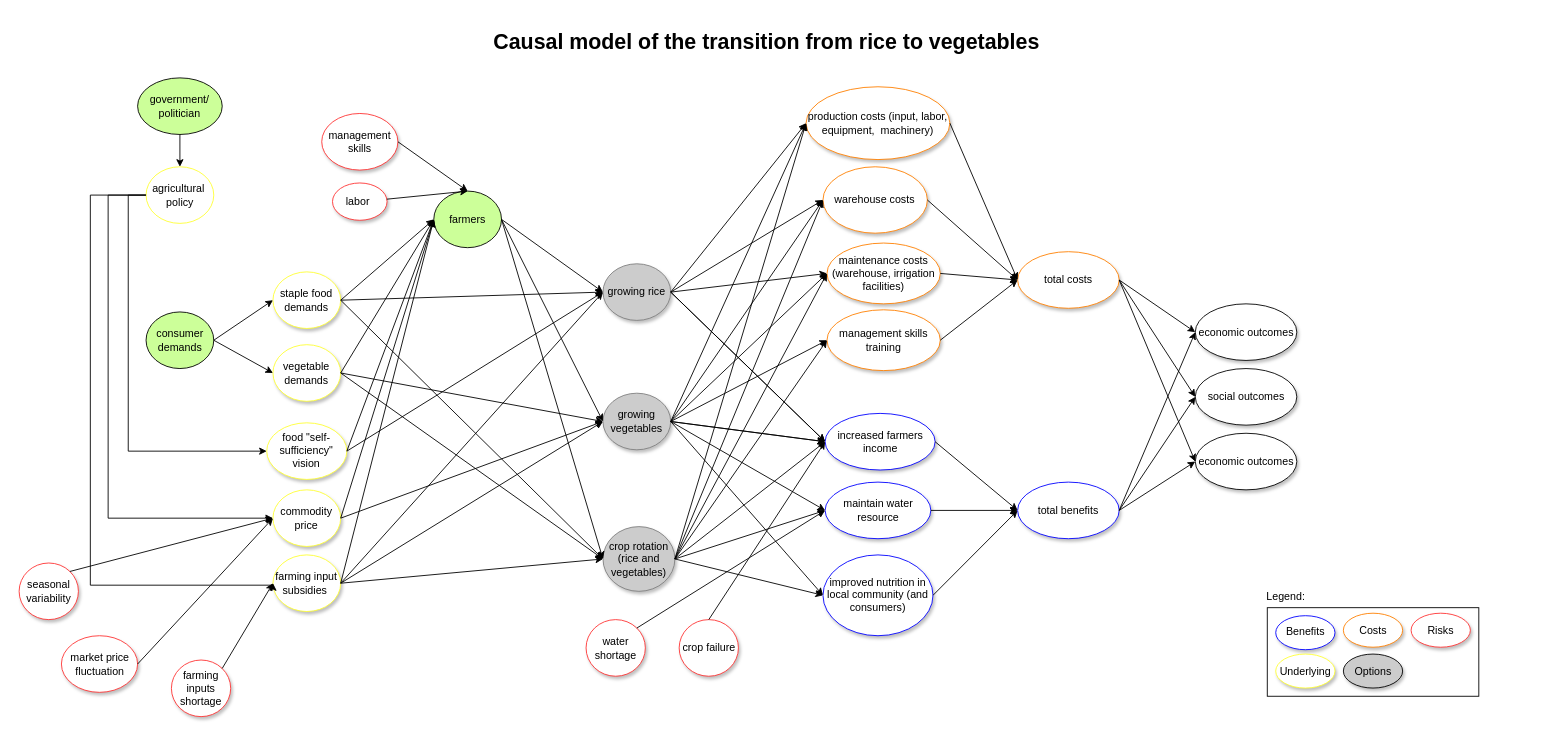
Earlier version of the draw.io diagram impact pathway.drawio (noviriasyifaunnafsi/transition-from-rice-to-vegetables). Source tidied: cells renumbered, new cells numbered last; positions are measured from the earlier drawing's top-left corner, leaving out a move shared by most shapes. Both pictures are drawn from the tidied source at 89%, with x=0, y=0 at pixel (19, 24).
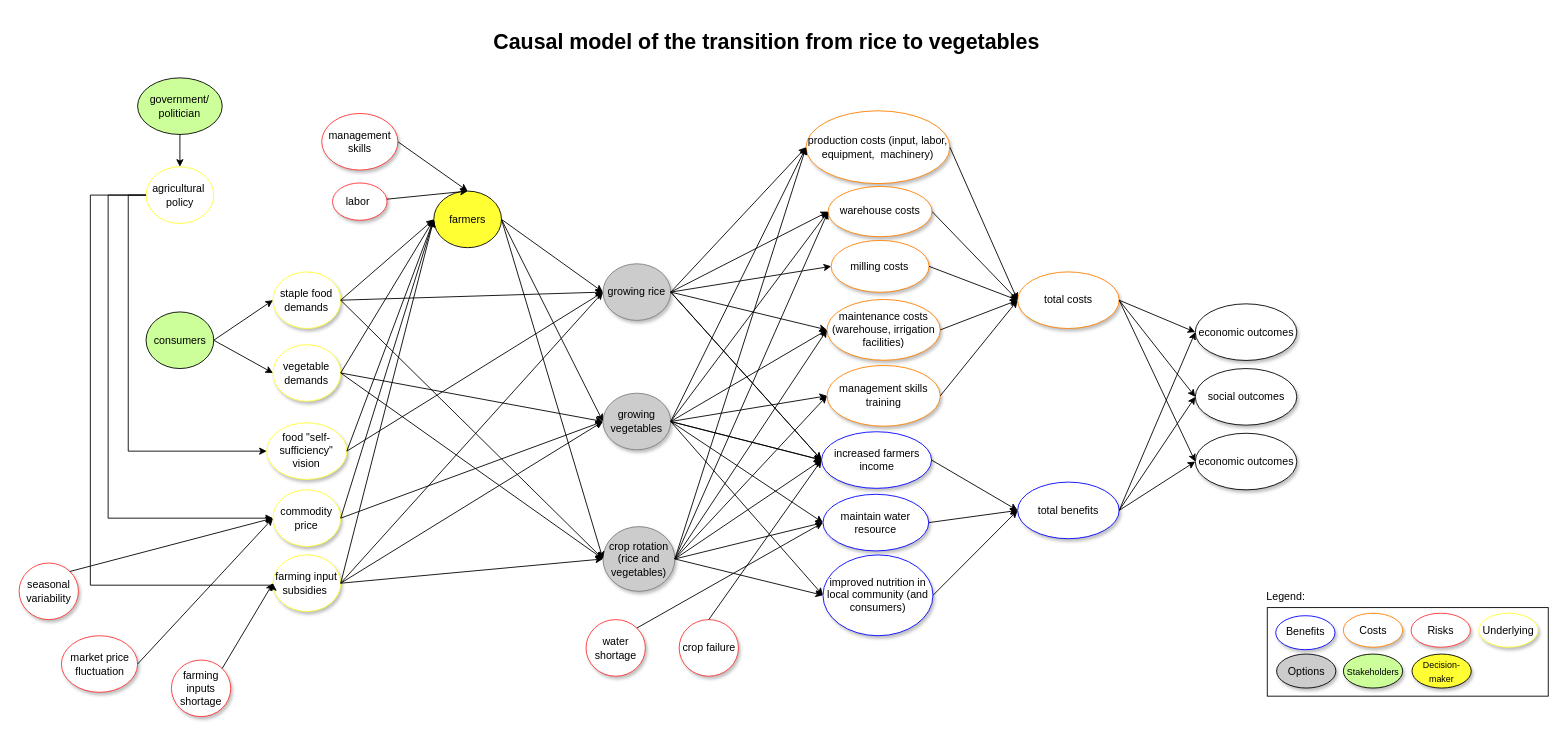
The same page after the edit.

The change refers to these unchanged cells:
```xml
<mxCell id="11" value="growing rice" style="ellipse;whiteSpace=wrap;html=1;strokeColor=#808080;shadow=1;fillColor=#CCCCCC;" parent="1" vertex="1">
  <mxGeometry x="656" y="268.9" width="76.1" height="63.6" as="geometry" />
</mxCell>
```

What changed in the source:
```diff
@@
-    <mxCell id="14" value="consumer demands" style="ellipse;whiteSpace=wrap;html=1;fillColor=#CCFF99;" parent="1" vertex="1">
+    <mxCell id="14" value="consumers" style="ellipse;whiteSpace=wrap;html=1;fillColor=#CCFF99;" parent="1" vertex="1">
       <mxGeometry x="142.6" y="323" width="76.1" height="63.6" as="geometry" />
     </mxCell>
@@
     <mxCell id="33" value="maintain water resource" style="ellipse;whiteSpace=wrap;html=1;shadow=1;strokeColor=#0000FF;" parent="1" vertex="1">
-      <mxGeometry x="905.6" y="514.2" width="118.8" height="63.6" as="geometry" />
+      <mxGeometry x="903.2" y="527.9" width="118.8" height="63.6" as="geometry" />
     </mxCell>
@@
     <mxCell id="35" value="increased farmers income" style="ellipse;whiteSpace=wrap;html=1;shadow=1;strokeColor=#0000FF;" parent="1" vertex="1">
-      <mxGeometry x="905.6" y="437" width="123.6" height="63.6" as="geometry" />
+      <mxGeometry x="901.6" y="457.6" width="123.6" height="63.6" as="geometry" />
     </mxCell>
@@
     <mxCell id="37" value="total costs" style="ellipse;whiteSpace=wrap;html=1;strokeColor=#FF8000;shadow=1;" parent="1" vertex="1">
-      <mxGeometry x="1121.9" y="255.3" width="114.1" height="63.6" as="geometry" />
+      <mxGeometry x="1121.9" y="278" width="114.1" height="63.6" as="geometry" />
     </mxCell>
@@
     <mxCell id="50" value="production costs (input, labor, equipment,&amp;nbsp; machinery)" style="ellipse;whiteSpace=wrap;html=1;strokeColor=#FF8000;shadow=1;" parent="1" vertex="1">
-      <mxGeometry x="884.2" y="70" width="161.6" height="81.8" as="geometry" />
+      <mxGeometry x="884.2" y="97" width="161.6" height="81.8" as="geometry" />
     </mxCell>
     <mxCell id="51" value="warehouse costs" style="ellipse;whiteSpace=wrap;html=1;strokeColor=#FF8000;shadow=1;" parent="1" vertex="1">
-      <mxGeometry x="903.2" y="159.9" width="117.3" height="74.6" as="geometry" />
+      <mxGeometry x="909" y="182" width="116.8" height="56.5" as="geometry" />
     </mxCell>
     <mxCell id="52" value="maintenance costs (warehouse, irrigation facilities)" style="ellipse;whiteSpace=wrap;html=1;strokeColor=#FF8000;shadow=1;" parent="1" vertex="1">
-      <mxGeometry x="907.7" y="245.6" width="127.3" height="68.3" as="geometry" />
+      <mxGeometry x="907.7" y="309" width="127.3" height="68.3" as="geometry" />
     </mxCell>
@@
-    <mxCell id="77" value="farmers" style="ellipse;whiteSpace=wrap;html=1;fillColor=#CCFF99;" parent="1" vertex="1">
+    <mxCell id="77" value="farmers" style="ellipse;whiteSpace=wrap;html=1;fillColor=#FFFF33;" parent="1" vertex="1">
       <mxGeometry x="465.9" y="187.2" width="76.1" height="63.6" as="geometry" />
     </mxCell>
@@
     <mxCell id="85" style="group;" parent="1" vertex="1">
-      <mxGeometry x="1388.1" y="628" width="251.9" height="126.7" as="geometry" />
+      <mxGeometry x="1388.1" y="628" width="330" height="126.7" as="geometry" />
     </mxCell>
@@
     <mxCell id="87" style="rounded=0;whiteSpace=wrap;html=1;" parent="85" vertex="1">
-      <mxGeometry x="14.3" y="27.3" width="237.7" height="99.5" as="geometry" />
+      <mxGeometry x="14.3" y="27.2" width="315.7" height="99.5" as="geometry" />
     </mxCell>
@@
     <mxCell id="91" value="Underlying" style="ellipse;whiteSpace=wrap;html=1;shadow=1;strokeColor=#FFFF33;" parent="85" vertex="1">
-      <mxGeometry x="23.8" y="79.4" width="66.6" height="38.2" as="geometry" />
+      <mxGeometry x="251.9" y="33.5" width="66.6" height="38.2" as="geometry" />
     </mxCell>
     <mxCell id="92" value="Options" style="ellipse;whiteSpace=wrap;html=1;shadow=1;strokeColor=default;fillColor=#CCCCCC;" parent="85" vertex="1">
-      <mxGeometry x="99.8" y="79.4" width="66.6" height="38.2" as="geometry" />
+      <mxGeometry x="24.8" y="79.4" width="66.6" height="38.2" as="geometry" />
     </mxCell>
+    <mxCell id="106" value="&lt;font style=&quot;font-size: 10px;&quot;&gt;Decision-maker&lt;/font&gt;" style="ellipse;whiteSpace=wrap;html=1;shadow=1;strokeColor=default;fillColor=#FFFF33;" parent="85" vertex="1">
+      <mxGeometry x="176.9" y="79.4" width="66.6" height="38.2" as="geometry" />
+    </mxCell>
@@
     <mxCell id="99" value="management skills training" style="ellipse;whiteSpace=wrap;html=1;strokeColor=#FF8000;shadow=1;" parent="1" vertex="1">
-      <mxGeometry x="907.7" y="320.6" width="127.3" height="68.3" as="geometry" />
+      <mxGeometry x="907.7" y="383.1" width="127.3" height="68.3" as="geometry" />
     </mxCell>
@@
+    <mxCell id="107" value="&lt;font style=&quot;font-size: 10px;&quot;&gt;Stakeholders&lt;/font&gt;" style="ellipse;whiteSpace=wrap;html=1;shadow=1;strokeColor=default;fillColor=#CCFF99;" parent="1" vertex="1">
+      <mxGeometry x="1487.9" y="707.4" width="66.6" height="38.2" as="geometry" />
+    </mxCell>
+    <mxCell id="108" value="milling costs" style="ellipse;whiteSpace=wrap;html=1;strokeColor=#FF8000;shadow=1;" parent="1" vertex="1">
+      <mxGeometry x="912.4" y="242.6" width="110" height="58.3" as="geometry" />
+    </mxCell>
+    <mxCell id="109" style="endArrow=classic;html=1;rounded=0;exitX=1;exitY=0.5;exitDx=0;exitDy=0;entryX=0;entryY=0.5;entryDx=0;entryDy=0;" parent="1" edge="1" source="11" target="108">
+      <mxGeometry relative="1" as="geometry" />
+    </mxCell>
+    <mxCell id="110" style="endArrow=classic;html=1;rounded=0;exitX=1;exitY=0.5;exitDx=0;exitDy=0;entryX=0;entryY=0.5;entryDx=0;entryDy=0;" parent="1" edge="1" source="108" target="37">
+      <mxGeometry relative="1" as="geometry" />
+    </mxCell>
```
